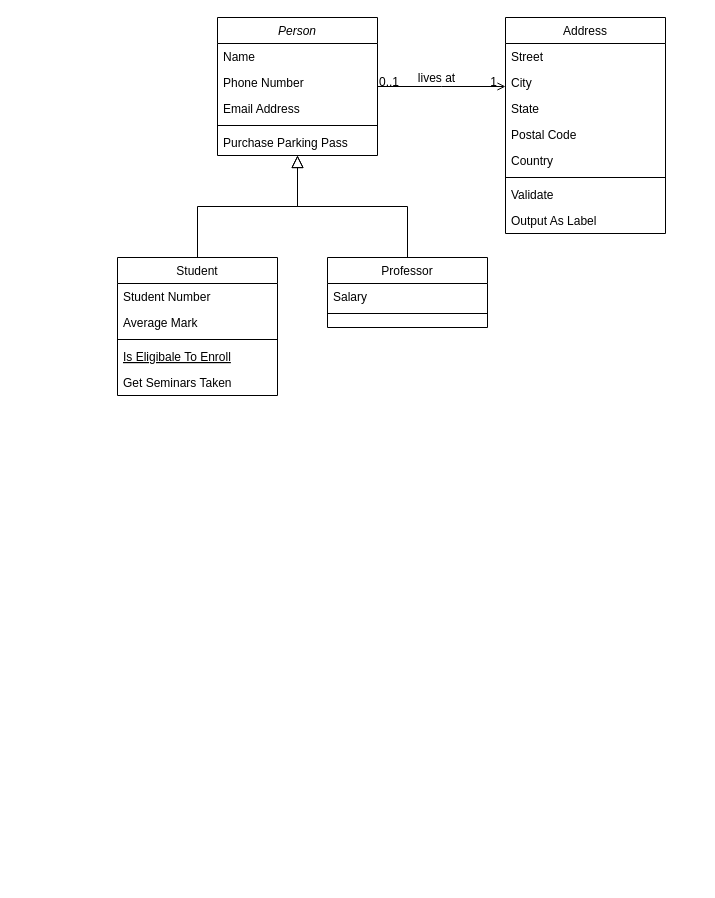
Before: Untitled Diagram.drawio in Skydescent/git-new, a draw.io diagram. Source tidied: cells renumbered, new cells numbered last; positions are measured from the earlier drawing's top-left corner, leaving out a move shared by most shapes. Both pictures are drawn from the tidied source at 100%, with x=0, y=0 at pixel (117, 17).
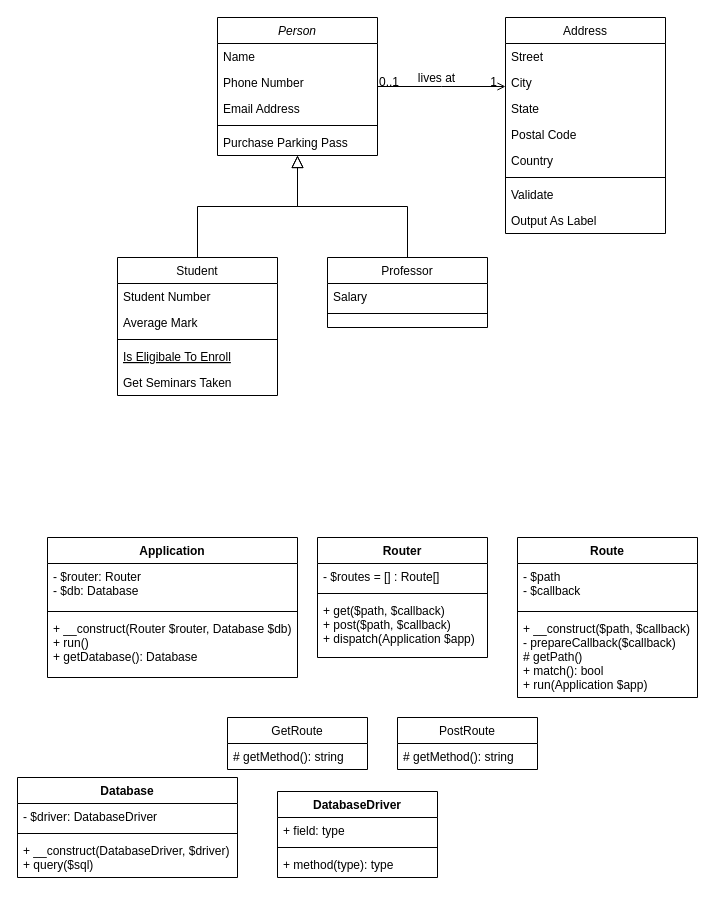
The same diagram, later.

What changed in the source:
```diff
@@
+    <mxCell id="32" value="Router" style="swimlane;fontStyle=1;align=center;verticalAlign=top;horizontal=1;startSize=26;" parent="1" vertex="1">
+      <mxGeometry x="200" y="520" width="170" height="120" as="geometry" />
+    </mxCell>
+    <mxCell id="33" value="- $routes = [] : Route[]" style="text;strokeColor=none;fillColor=none;align=left;verticalAlign=top;spacingLeft=4;spacingRight=4;overflow=hidden;" parent="32" vertex="1">
+      <mxGeometry y="26" width="170" height="26" as="geometry" />
+    </mxCell>
+    <mxCell id="34" style="line;strokeWidth=1;fillColor=none;align=left;verticalAlign=middle;spacingTop=-1;spacingLeft=3;spacingRight=3;labelPosition=right;" parent="32" vertex="1">
+      <mxGeometry y="52" width="170" height="8" as="geometry" />
+    </mxCell>
+    <mxCell id="35" value="+ get($path, $callback)&#10;+ post($path, $callback)&#10;+ dispatch(Application $app)&#10;&#10;" style="text;strokeColor=none;fillColor=none;align=left;verticalAlign=top;spacingLeft=4;spacingRight=4;overflow=hidden;" parent="32" vertex="1">
+      <mxGeometry y="60" width="170" height="60" as="geometry" />
+    </mxCell>
+    <mxCell id="36" value="Route" style="swimlane;fontStyle=1;align=center;verticalAlign=top;horizontal=1;startSize=26;" parent="1" vertex="1">
+      <mxGeometry x="400" y="520" width="180" height="160" as="geometry" />
+    </mxCell>
+    <mxCell id="37" value="- $path&#10;- $callback" style="text;strokeColor=none;fillColor=none;align=left;verticalAlign=top;spacingLeft=4;spacingRight=4;overflow=hidden;" parent="36" vertex="1">
+      <mxGeometry y="26" width="180" height="44" as="geometry" />
+    </mxCell>
+    <mxCell id="38" style="line;strokeWidth=1;fillColor=none;align=left;verticalAlign=middle;spacingTop=-1;spacingLeft=3;spacingRight=3;labelPosition=right;" parent="36" vertex="1">
+      <mxGeometry y="70" width="180" height="8" as="geometry" />
+    </mxCell>
+    <mxCell id="39" value="+ __construct($path, $callback)&#10;- prepareCallback($callback)&#10;# getPath()&#10;+ match(): bool&#10;+ run(Application $app)" style="text;strokeColor=none;fillColor=none;align=left;verticalAlign=top;spacingLeft=4;spacingRight=4;overflow=hidden;" parent="36" vertex="1">
+      <mxGeometry y="78" width="180" height="82" as="geometry" />
+    </mxCell>
+    <mxCell id="40" value="Application" style="swimlane;fontStyle=1;align=center;verticalAlign=top;horizontal=1;startSize=26;" parent="1" vertex="1">
+      <mxGeometry x="-70" y="520" width="250" height="140" as="geometry" />
+    </mxCell>
+    <mxCell id="41" value="- $router: Router&#10;- $db: Database " style="text;strokeColor=none;fillColor=none;align=left;verticalAlign=top;spacingLeft=4;spacingRight=4;overflow=hidden;" parent="40" vertex="1">
+      <mxGeometry y="26" width="250" height="44" as="geometry" />
+    </mxCell>
+    <mxCell id="42" style="line;strokeWidth=1;fillColor=none;align=left;verticalAlign=middle;spacingTop=-1;spacingLeft=3;spacingRight=3;labelPosition=right;" parent="40" vertex="1">
+      <mxGeometry y="70" width="250" height="8" as="geometry" />
+    </mxCell>
+    <mxCell id="43" value="+ __construct(Router $router, Database $db)&#10;+ run()&#10;+ getDatabase(): Database&#10;" style="text;strokeColor=none;fillColor=none;align=left;verticalAlign=top;spacingLeft=4;spacingRight=4;overflow=hidden;" parent="40" vertex="1">
+      <mxGeometry y="78" width="250" height="62" as="geometry" />
+    </mxCell>
+    <mxCell id="44" value="PostRoute" style="swimlane;fontStyle=0;horizontal=1;startSize=26;fillColor=none;" parent="1" vertex="1">
+      <mxGeometry x="280" y="700" width="140" height="52" as="geometry" />
+    </mxCell>
+    <mxCell id="45" value="# getMethod(): string" style="text;strokeColor=none;fillColor=none;align=left;verticalAlign=top;spacingLeft=4;spacingRight=4;overflow=hidden;" parent="44" vertex="1">
+      <mxGeometry y="26" width="140" height="26" as="geometry" />
+    </mxCell>
+    <mxCell id="46" value="GetRoute" style="swimlane;fontStyle=0;horizontal=1;startSize=26;fillColor=none;" parent="1" vertex="1">
+      <mxGeometry x="110" y="700" width="140" height="52" as="geometry" />
+    </mxCell>
+    <mxCell id="47" value="# getMethod(): string" style="text;strokeColor=none;fillColor=none;align=left;verticalAlign=top;spacingLeft=4;spacingRight=4;overflow=hidden;" parent="46" vertex="1">
+      <mxGeometry y="26" width="140" height="26" as="geometry" />
+    </mxCell>
+    <mxCell id="48" value="Database" style="swimlane;fontStyle=1;align=center;verticalAlign=top;horizontal=1;startSize=26;" parent="1" vertex="1">
+      <mxGeometry x="-100" y="760" width="220" height="100" as="geometry" />
+    </mxCell>
+    <mxCell id="49" value="- $driver: DatabaseDriver" style="text;strokeColor=none;fillColor=none;align=left;verticalAlign=top;spacingLeft=4;spacingRight=4;overflow=hidden;" parent="48" vertex="1">
+      <mxGeometry y="26" width="220" height="26" as="geometry" />
+    </mxCell>
+    <mxCell id="50" style="line;strokeWidth=1;fillColor=none;align=left;verticalAlign=middle;spacingTop=-1;spacingLeft=3;spacingRight=3;labelPosition=right;" parent="48" vertex="1">
+      <mxGeometry y="52" width="220" height="8" as="geometry" />
+    </mxCell>
+    <mxCell id="51" value="+ __construct(DatabaseDriver, $driver)&#10;+ query($sql)&#10;" style="text;strokeColor=none;fillColor=none;align=left;verticalAlign=top;spacingLeft=4;spacingRight=4;overflow=hidden;" parent="48" vertex="1">
+      <mxGeometry y="60" width="220" height="40" as="geometry" />
+    </mxCell>
+    <mxCell id="52" value="DatabaseDriver" style="swimlane;fontStyle=1;align=center;verticalAlign=top;horizontal=1;startSize=26;" parent="1" vertex="1">
+      <mxGeometry x="160" y="774" width="160" height="86" as="geometry" />
+    </mxCell>
+    <mxCell id="53" value="+ field: type" style="text;strokeColor=none;fillColor=none;align=left;verticalAlign=top;spacingLeft=4;spacingRight=4;overflow=hidden;" parent="52" vertex="1">
+      <mxGeometry y="26" width="160" height="26" as="geometry" />
+    </mxCell>
+    <mxCell id="54" style="line;strokeWidth=1;fillColor=none;align=left;verticalAlign=middle;spacingTop=-1;spacingLeft=3;spacingRight=3;labelPosition=right;" parent="52" vertex="1">
+      <mxGeometry y="52" width="160" height="8" as="geometry" />
+    </mxCell>
+    <mxCell id="55" value="+ method(type): type" style="text;strokeColor=none;fillColor=none;align=left;verticalAlign=top;spacingLeft=4;spacingRight=4;overflow=hidden;" parent="52" vertex="1">
+      <mxGeometry y="60" width="160" height="26" as="geometry" />
+    </mxCell>
```
